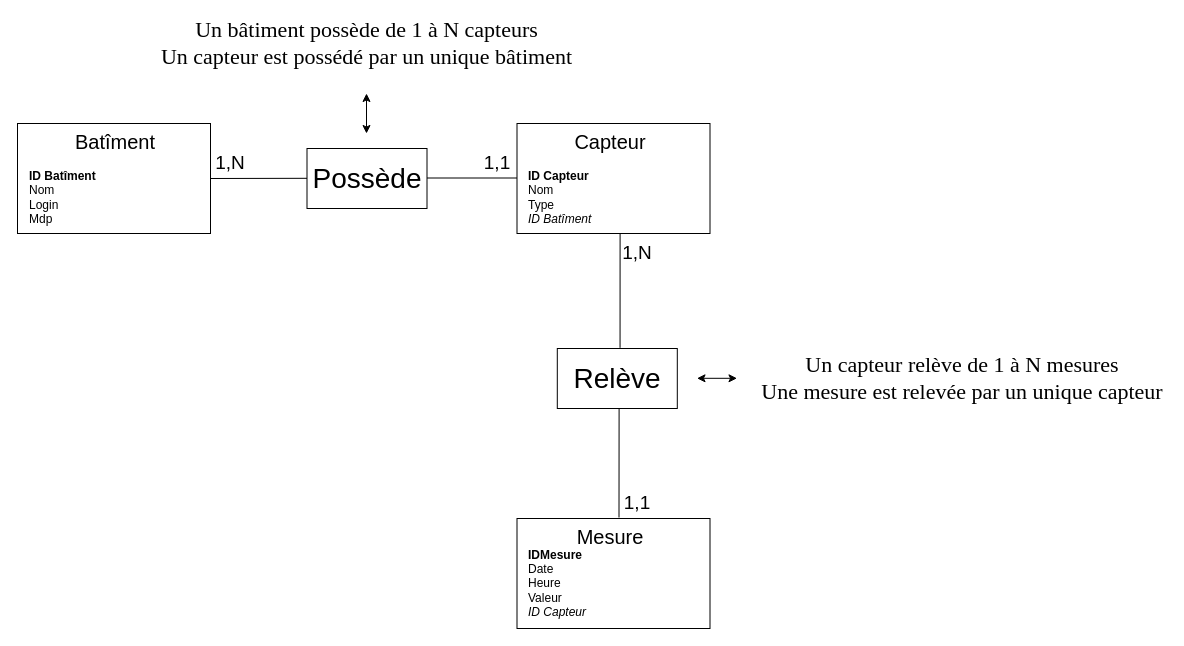
Earlier version of the draw.io diagram SARRAT_BENSAID_ARROUD_MRT_SAE23.drawio (ADN130/SAe23). Source tidied: cells renumbered, new cells numbered last; positions are measured from the earlier drawing's top-left corner, leaving out a move shared by most shapes. Both pictures are drawn from the tidied source at 100%, with x=0, y=0 at pixel (17, 18).
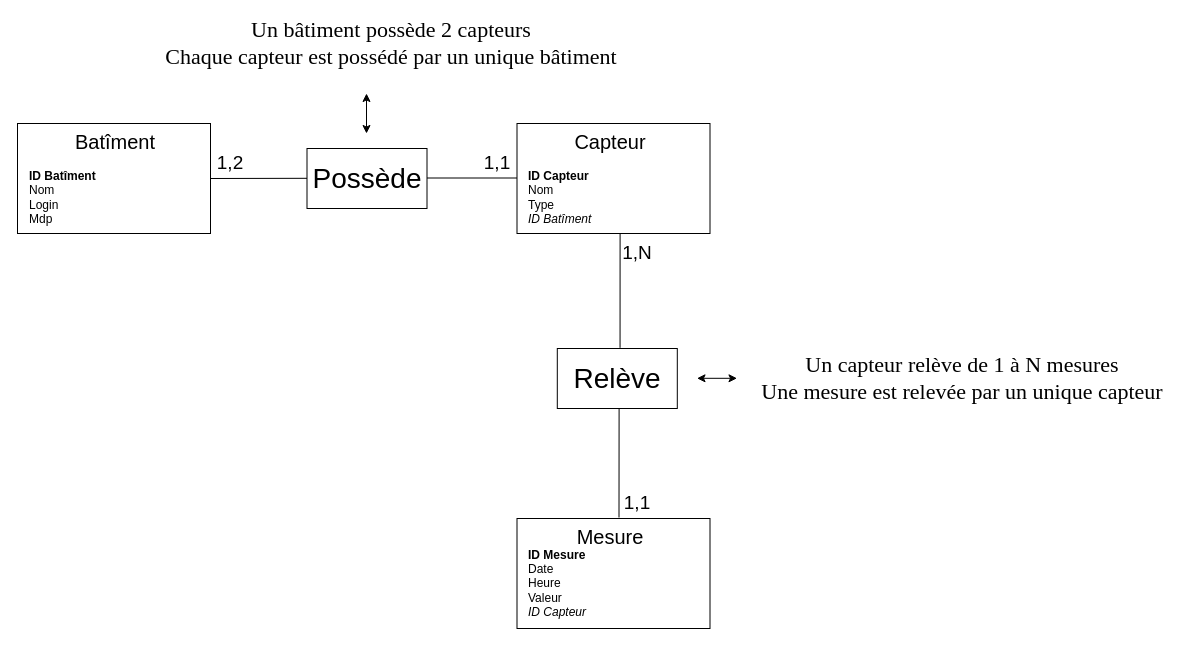
Above is the later version.

Commit message (it also covers changes not shown here):
maj du schéma de la bdd

What changed in the source:
```diff
@@
-    <mxCell id="6" value="&lt;font style=&quot;font-size: 19px;&quot;&gt;1,N&lt;/font&gt;" style="text;html=1;strokeColor=none;fillColor=none;align=center;verticalAlign=middle;whiteSpace=wrap;rounded=0;" parent="1" vertex="1">
+    <mxCell id="6" value="&lt;font style=&quot;font-size: 19px;&quot;&gt;1,2&lt;/font&gt;" style="text;html=1;strokeColor=none;fillColor=none;align=center;verticalAlign=middle;whiteSpace=wrap;rounded=0;" parent="1" vertex="1">
       <mxGeometry x="193" y="130" width="40" height="30" as="geometry" />
     </mxCell>
@@
-    <mxCell id="21" value="&lt;div align=&quot;left&quot;&gt;&lt;b&gt;IDMesure&lt;/b&gt;&lt;/div&gt;&lt;div align=&quot;left&quot;&gt;Date&lt;br&gt;&lt;/div&gt;&lt;div align=&quot;left&quot;&gt;Heure&lt;br&gt;&lt;/div&gt;&lt;div align=&quot;left&quot;&gt;Valeur&lt;/div&gt;&lt;div align=&quot;left&quot;&gt;&lt;i&gt;ID Capteur&lt;br&gt;&lt;/i&gt;&lt;/div&gt;" style="text;html=1;strokeColor=none;fillColor=none;align=left;verticalAlign=middle;whiteSpace=wrap;rounded=0;" parent="1" vertex="1">
+    <mxCell id="21" value="&lt;div align=&quot;left&quot;&gt;&lt;b&gt;ID Mesure&lt;/b&gt;&lt;/div&gt;&lt;div align=&quot;left&quot;&gt;Date&lt;br&gt;&lt;/div&gt;&lt;div align=&quot;left&quot;&gt;Heure&lt;br&gt;&lt;/div&gt;&lt;div align=&quot;left&quot;&gt;Valeur&lt;/div&gt;&lt;div align=&quot;left&quot;&gt;&lt;i&gt;ID Capteur&lt;br&gt;&lt;/i&gt;&lt;/div&gt;" style="text;html=1;strokeColor=none;fillColor=none;align=left;verticalAlign=middle;whiteSpace=wrap;rounded=0;" parent="1" vertex="1">
       <mxGeometry x="509.1" y="530" width="105.6" height="70" as="geometry" />
     </mxCell>
-    <mxCell id="22" value="&lt;div style=&quot;font-size: 22px;&quot;&gt;&lt;font style=&quot;font-size: 22px;&quot; face=&quot;Times New Roman&quot;&gt;Un bâtiment possède de 1 à N capteurs&lt;/font&gt;&lt;/div&gt;&lt;div style=&quot;font-size: 22px;&quot;&gt;&lt;font style=&quot;font-size: 22px;&quot; face=&quot;Times New Roman&quot;&gt;&lt;font style=&quot;font-size: 22px;&quot;&gt;Un capteur est possédé par un unique bâtiment&lt;/font&gt;&lt;/font&gt;&lt;font style=&quot;font-size: 22px;&quot; face=&quot;Times New Roman&quot;&gt;&lt;br&gt;&lt;/font&gt;&lt;/div&gt;" style="text;html=1;strokeColor=none;fillColor=none;align=center;verticalAlign=middle;whiteSpace=wrap;rounded=0;" parent="1" vertex="1">
-      <mxGeometry x="140" width="419" height="50" as="geometry" />
+    <mxCell id="22" value="&lt;div style=&quot;font-size: 22px;&quot;&gt;&lt;font style=&quot;font-size: 22px;&quot; face=&quot;Times New Roman&quot;&gt;Un bâtiment possède 2 capteurs&lt;/font&gt;&lt;/div&gt;&lt;div style=&quot;font-size: 22px;&quot;&gt;&lt;font style=&quot;font-size: 22px;&quot; face=&quot;Times New Roman&quot;&gt;&lt;font style=&quot;font-size: 22px;&quot;&gt;Chaque capteur est possédé par un unique bâtiment&lt;/font&gt;&lt;/font&gt;&lt;font style=&quot;font-size: 22px;&quot; face=&quot;Times New Roman&quot;&gt;&lt;br&gt;&lt;/font&gt;&lt;/div&gt;" style="text;html=1;strokeColor=none;fillColor=none;align=center;verticalAlign=middle;whiteSpace=wrap;rounded=0;" parent="1" vertex="1">
+      <mxGeometry x="140" width="468" height="50" as="geometry" />
     </mxCell>
```
